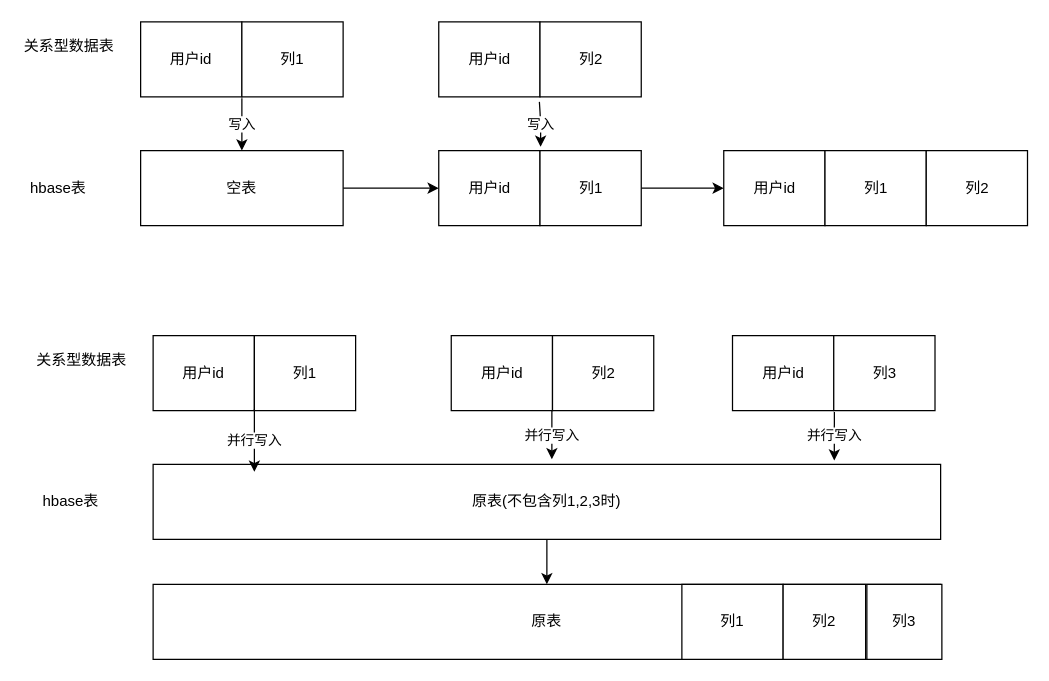
winyang/Design keeps this draw.io diagram as temp/并行列写入.drawio. Above is the earlier version. Source tidied: cells renumbered, new cells numbered last; positions are measured from the earlier drawing's top-left corner, leaving out a move shared by most shapes. Both pictures are drawn from the tidied source at 125%, with x=0, y=0 at pixel (21, 21).
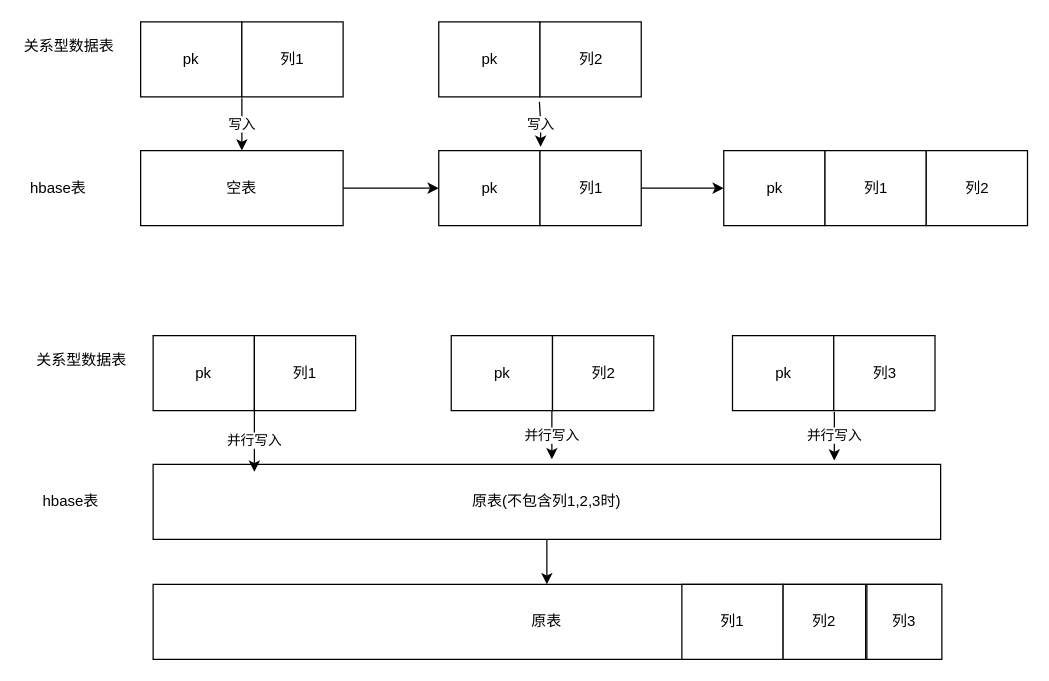
The same page after the edit.

Commit message (it also covers changes not shown here):
Update 并行列写入.drawio

Change to the diagram source:
```diff
@@
-    <mxCell id="2" value="用户id" style="rounded=0;whiteSpace=wrap;html=1;" parent="1" vertex="1">
+    <mxCell id="2" value="pk" style="rounded=0;whiteSpace=wrap;html=1;" parent="1" vertex="1">
       <mxGeometry x="333.5" y="103" width="81" height="60" as="geometry" />
     </mxCell>
@@
-    <mxCell id="8" value="用户id" style="rounded=0;whiteSpace=wrap;html=1;" parent="1" vertex="1">
+    <mxCell id="8" value="pk" style="rounded=0;whiteSpace=wrap;html=1;" parent="1" vertex="1">
       <mxGeometry x="95" width="81" height="60" as="geometry" />
     </mxCell>
@@
-    <mxCell id="11" value="用户id" style="rounded=0;whiteSpace=wrap;html=1;" parent="1" vertex="1">
+    <mxCell id="11" value="pk" style="rounded=0;whiteSpace=wrap;html=1;" parent="1" vertex="1">
       <mxGeometry x="333.5" width="81" height="60" as="geometry" />
     </mxCell>
@@
-    <mxCell id="15" value="用户id" style="rounded=0;whiteSpace=wrap;html=1;" parent="1" vertex="1">
+    <mxCell id="15" value="pk" style="rounded=0;whiteSpace=wrap;html=1;" parent="1" vertex="1">
       <mxGeometry x="561.5" y="103" width="81" height="60" as="geometry" />
     </mxCell>
@@
-    <mxCell id="21" value="用户id" style="rounded=0;whiteSpace=wrap;html=1;" parent="1" vertex="1">
+    <mxCell id="21" value="pk" style="rounded=0;whiteSpace=wrap;html=1;" parent="1" vertex="1">
       <mxGeometry x="105" y="251" width="81" height="60" as="geometry" />
     </mxCell>
@@
-    <mxCell id="24" value="用户id" style="rounded=0;whiteSpace=wrap;html=1;" parent="1" vertex="1">
+    <mxCell id="24" value="pk" style="rounded=0;whiteSpace=wrap;html=1;" parent="1" vertex="1">
       <mxGeometry x="343.5" y="251" width="81" height="60" as="geometry" />
     </mxCell>
@@
-    <mxCell id="26" value="用户id" style="rounded=0;whiteSpace=wrap;html=1;" parent="1" vertex="1">
+    <mxCell id="26" value="pk" style="rounded=0;whiteSpace=wrap;html=1;" parent="1" vertex="1">
       <mxGeometry x="568.5" y="251" width="81" height="60" as="geometry" />
     </mxCell>
```
